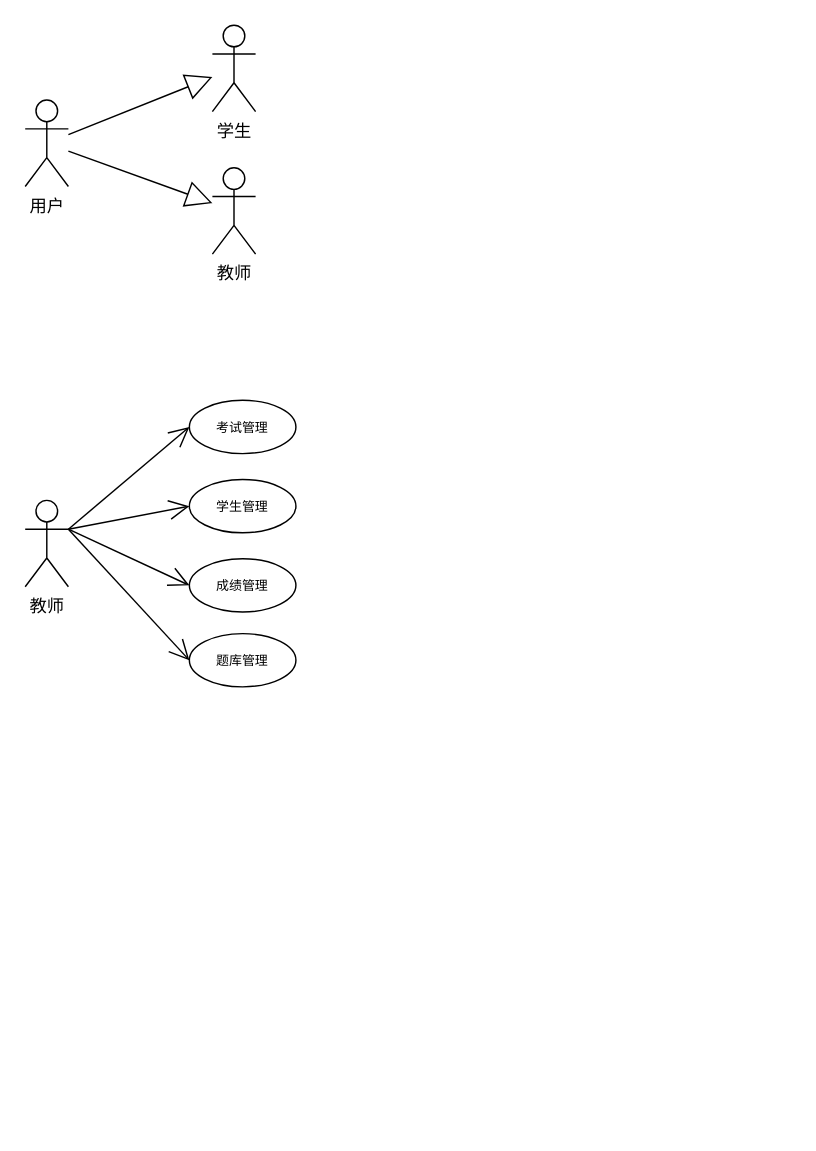
This is 软工用例图.drawio from Wishlove09/drawio, a draw.io file, before an edit. Source tidied: cells renumbered, new cells numbered last; positions are measured from the earlier drawing's top-left corner, leaving out a move shared by most shapes. Both pictures are drawn from the tidied source at 144%, with x=0, y=0 at pixel (24, 24).
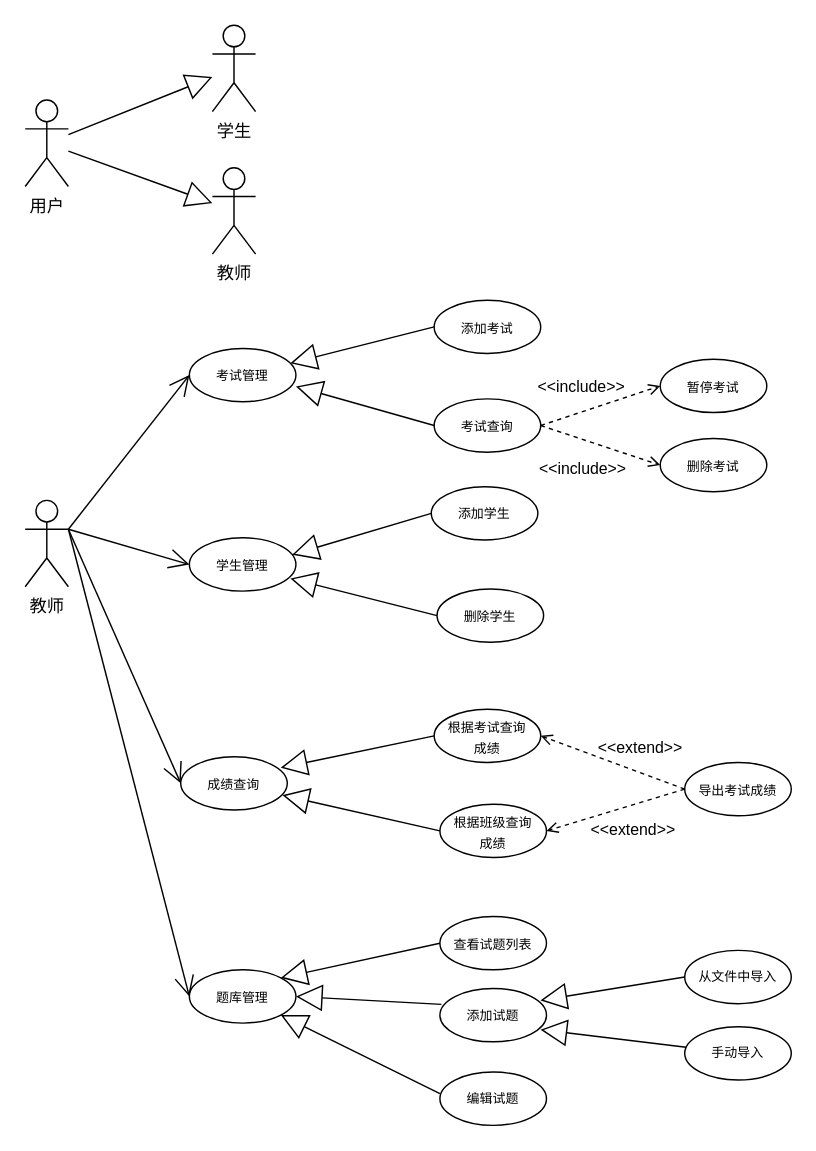
After the change.

Commit message (it also covers changes not shown here):
更新软工用例图.drawio

Change to the diagram source:
```diff
@@
     <mxCell id="8" value="&lt;font style=&quot;font-size: 9px;&quot;&gt;考试管理&lt;/font&gt;" style="ellipse;whiteSpace=wrap;html=1;" parent="1" vertex="1">
-      <mxGeometry x="114" y="260.5" width="74" height="37" as="geometry" />
+      <mxGeometry x="114" y="224.5" width="74" height="37" as="geometry" />
     </mxCell>
@@
     <mxCell id="10" value="&lt;font style=&quot;font-size: 9px;&quot;&gt;学生管理&lt;/font&gt;" style="ellipse;whiteSpace=wrap;html=1;" parent="1" vertex="1">
-      <mxGeometry x="114" y="315.5" width="74" height="37" as="geometry" />
+      <mxGeometry x="114" y="356" width="74" height="37" as="geometry" />
     </mxCell>
-    <mxCell id="11" value="&lt;font style=&quot;font-size: 9px;&quot;&gt;成绩管理&lt;/font&gt;" style="ellipse;whiteSpace=wrap;html=1;" parent="1" vertex="1">
-      <mxGeometry x="114" y="370.5" width="74" height="37" as="geometry" />
+    <mxCell id="11" value="&lt;font style=&quot;font-size: 9px;&quot;&gt;成绩查询&lt;/font&gt;" style="ellipse;whiteSpace=wrap;html=1;" parent="1" vertex="1">
+      <mxGeometry x="108" y="508" width="74" height="37" as="geometry" />
     </mxCell>
     <mxCell id="12" value="&lt;font style=&quot;font-size: 9px;&quot;&gt;题库管理&lt;/font&gt;" style="ellipse;whiteSpace=wrap;html=1;" parent="1" vertex="1">
-      <mxGeometry x="114" y="422.5" width="74" height="37" as="geometry" />
+      <mxGeometry x="114" y="656" width="74" height="37" as="geometry" />
     </mxCell>
@@
+    <mxCell id="16" value="&lt;font style=&quot;font-size: 9px;&quot;&gt;添加考试&lt;/font&gt;" style="ellipse;whiteSpace=wrap;html=1;" parent="1" vertex="1">
+      <mxGeometry x="284" y="191" width="74" height="37" as="geometry" />
+    </mxCell>
+    <mxCell id="17" value="&lt;font style=&quot;font-size: 9px;&quot;&gt;考试查询&lt;/font&gt;" style="ellipse;whiteSpace=wrap;html=1;" parent="1" vertex="1">
+      <mxGeometry x="284" y="259.5" width="74" height="37" as="geometry" />
+    </mxCell>
+    <mxCell id="18" value="&lt;font style=&quot;font-size: 9px;&quot;&gt;删除考试&lt;/font&gt;" style="ellipse;whiteSpace=wrap;html=1;" parent="1" vertex="1">
+      <mxGeometry x="441" y="287" width="74" height="37" as="geometry" />
+    </mxCell>
+    <mxCell id="19" value="&lt;font style=&quot;font-size: 9px;&quot;&gt;暂停考试&lt;/font&gt;" style="ellipse;whiteSpace=wrap;html=1;" parent="1" vertex="1">
+      <mxGeometry x="441" y="232" width="74" height="37" as="geometry" />
+    </mxCell>
+    <mxCell id="20" value="&amp;lt;&amp;lt;include&amp;gt;&amp;gt;" style="html=1;verticalAlign=bottom;labelBackgroundColor=none;endArrow=open;endFill=0;dashed=1;rounded=0;exitX=1;exitY=0.5;exitDx=0;exitDy=0;entryX=0;entryY=0.5;entryDx=0;entryDy=0;" parent="1" edge="1" source="17" target="19">
+      <mxGeometry x="-0.26" y="7" relative="1" as="geometry">
+        <mxPoint y="-1" as="offset" />
+      </mxGeometry>
+    </mxCell>
+    <mxCell id="21" value="&amp;lt;&amp;lt;include&amp;gt;&amp;gt;" style="html=1;verticalAlign=bottom;labelBackgroundColor=none;endArrow=open;endFill=0;dashed=1;rounded=0;exitX=1;exitY=0.5;exitDx=0;exitDy=0;entryX=0;entryY=0.5;entryDx=0;entryDy=0;" parent="1" edge="1" source="17" target="18">
+      <mxGeometry x="-0.08" y="-28" relative="1" as="geometry" />
+    </mxCell>
+    <mxCell id="22" value="&lt;font style=&quot;font-size: 9px;&quot;&gt;添加学生&lt;/font&gt;" style="ellipse;whiteSpace=wrap;html=1;" parent="1" vertex="1">
+      <mxGeometry x="282" y="320.5" width="74" height="37" as="geometry" />
+    </mxCell>
+    <mxCell id="23" value="&lt;font style=&quot;font-size: 9px;&quot;&gt;删除学生&lt;/font&gt;" style="ellipse;whiteSpace=wrap;html=1;" parent="1" vertex="1">
+      <mxGeometry x="286" y="391.5" width="74" height="37" as="geometry" />
+    </mxCell>
+    <mxCell id="24" value="&lt;font style=&quot;font-size: 9px;&quot;&gt;根据考试查询&lt;br&gt;成绩&lt;/font&gt;" style="ellipse;whiteSpace=wrap;html=1;" parent="1" vertex="1">
+      <mxGeometry x="284" y="475" width="74" height="37" as="geometry" />
+    </mxCell>
+    <mxCell id="25" value="&lt;font style=&quot;font-size: 9px;&quot;&gt;根据班级查询&lt;br&gt;成绩&lt;/font&gt;" style="ellipse;whiteSpace=wrap;html=1;" parent="1" vertex="1">
+      <mxGeometry x="288" y="541" width="74" height="37" as="geometry" />
+    </mxCell>
+    <mxCell id="26" value="&lt;font style=&quot;font-size: 9px;&quot;&gt;导出考试成绩&lt;/font&gt;" style="ellipse;whiteSpace=wrap;html=1;" parent="1" vertex="1">
+      <mxGeometry x="458" y="512" width="74" height="37" as="geometry" />
+    </mxCell>
+    <mxCell id="27" value="&amp;lt;&amp;lt;extend&amp;gt;&amp;gt;" style="html=1;verticalAlign=bottom;labelBackgroundColor=none;endArrow=open;endFill=0;dashed=1;rounded=0;exitX=0;exitY=0.5;exitDx=0;exitDy=0;entryX=1;entryY=0.5;entryDx=0;entryDy=0;" parent="1" edge="1" source="26" target="24">
+      <mxGeometry x="-0.33" y="-7" relative="1" as="geometry" />
+    </mxCell>
+    <mxCell id="28" value="&amp;lt;&amp;lt;extend&amp;gt;&amp;gt;" style="html=1;verticalAlign=bottom;labelBackgroundColor=none;endArrow=open;endFill=0;dashed=1;rounded=0;exitX=0;exitY=0.5;exitDx=0;exitDy=0;entryX=1;entryY=0.5;entryDx=0;entryDy=0;" parent="1" edge="1" source="26" target="25">
+      <mxGeometry x="-0.1" y="26" relative="1" as="geometry" />
+    </mxCell>
+    <mxCell id="29" style="edgeStyle=orthogonalEdgeStyle;rounded=0;orthogonalLoop=1;jettySize=auto;html=1;exitX=0.5;exitY=1;exitDx=0;exitDy=0;" parent="1" edge="1" source="26" target="26">
+      <mxGeometry relative="1" as="geometry" />
+    </mxCell>
+    <mxCell id="30" value="&lt;font style=&quot;font-size: 9px;&quot;&gt;查看试题列表&lt;/font&gt;" style="ellipse;whiteSpace=wrap;html=1;" parent="1" vertex="1">
+      <mxGeometry x="288" y="619" width="74" height="37" as="geometry" />
+    </mxCell>
+    <mxCell id="31" value="&lt;font style=&quot;font-size: 9px;&quot;&gt;添加试题&lt;/font&gt;" style="ellipse;whiteSpace=wrap;html=1;fontSize=9;" parent="1" vertex="1">
+      <mxGeometry x="288" y="669" width="74" height="37" as="geometry" />
+    </mxCell>
+    <mxCell id="32" style="endArrow=block;endSize=16;endFill=0;html=1;rounded=0;exitX=0;exitY=0.5;exitDx=0;exitDy=0;entryX=0.948;entryY=0.763;entryDx=0;entryDy=0;entryPerimeter=0;" parent="1" edge="1" source="23" target="10">
+      <mxGeometry relative="1" as="geometry" />
+    </mxCell>
+    <mxCell id="33" style="endArrow=block;endSize=16;endFill=0;html=1;rounded=0;exitX=0;exitY=0.5;exitDx=0;exitDy=0;entryX=0.965;entryY=0.317;entryDx=0;entryDy=0;entryPerimeter=0;" parent="1" edge="1" source="22" target="10">
+      <mxGeometry relative="1" as="geometry" />
+    </mxCell>
+    <mxCell id="34" style="endArrow=block;endSize=16;endFill=0;html=1;rounded=0;exitX=0;exitY=0.5;exitDx=0;exitDy=0;" parent="1" edge="1" source="16" target="8">
+      <mxGeometry relative="1" as="geometry" />
+    </mxCell>
+    <mxCell id="35" style="endArrow=block;endSize=16;endFill=0;html=1;rounded=0;exitX=0;exitY=0.5;exitDx=0;exitDy=0;entryX=1;entryY=0.713;entryDx=0;entryDy=0;entryPerimeter=0;" parent="1" edge="1" source="17" target="8">
+      <mxGeometry relative="1" as="geometry" />
+    </mxCell>
+    <mxCell id="36" style="endArrow=block;endSize=16;endFill=0;html=1;rounded=0;exitX=0;exitY=0.5;exitDx=0;exitDy=0;entryX=0.939;entryY=0.207;entryDx=0;entryDy=0;entryPerimeter=0;" parent="1" edge="1" source="24" target="11">
+      <mxGeometry relative="1" as="geometry" />
+    </mxCell>
+    <mxCell id="37" style="endArrow=block;endSize=16;endFill=0;html=1;rounded=0;exitX=0;exitY=0.5;exitDx=0;exitDy=0;entryX=0.956;entryY=0.722;entryDx=0;entryDy=0;entryPerimeter=0;" parent="1" edge="1" source="25" target="11">
+      <mxGeometry relative="1" as="geometry" />
+    </mxCell>
+    <mxCell id="38" style="endArrow=block;endSize=16;endFill=0;html=1;rounded=0;exitX=0;exitY=0.5;exitDx=0;exitDy=0;entryX=1;entryY=0;entryDx=0;entryDy=0;" parent="1" edge="1" source="30" target="12">
+      <mxGeometry relative="1" as="geometry" />
+    </mxCell>
+    <mxCell id="39" style="endArrow=block;endSize=16;endFill=0;html=1;rounded=0;exitX=0.014;exitY=0.297;exitDx=0;exitDy=0;entryX=1;entryY=0.5;entryDx=0;entryDy=0;exitPerimeter=0;" parent="1" edge="1" source="31" target="12">
+      <mxGeometry relative="1" as="geometry" />
+    </mxCell>
+    <mxCell id="40" value="编辑试题" style="ellipse;whiteSpace=wrap;html=1;fontSize=9;" parent="1" vertex="1">
+      <mxGeometry x="288" y="727" width="74" height="37" as="geometry" />
+    </mxCell>
+    <mxCell id="41" style="endArrow=block;endSize=16;endFill=0;html=1;rounded=0;exitX=0;exitY=0.405;exitDx=0;exitDy=0;entryX=1;entryY=1;entryDx=0;entryDy=0;exitPerimeter=0;" parent="1" edge="1" source="40" target="12">
+      <mxGeometry relative="1" as="geometry" />
+    </mxCell>
+    <mxCell id="42" style="rounded=0;jettySize=auto;html=1;entryX=0.944;entryY=0.223;entryDx=0;entryDy=0;strokeColor=default;endArrow=block;endSize=16;endFill=0;exitX=0;exitY=0.5;exitDx=0;exitDy=0;entryPerimeter=0;" parent="1" edge="1" source="43" target="31">
+      <mxGeometry relative="1" as="geometry" />
+    </mxCell>
+    <mxCell id="43" value="&lt;font style=&quot;font-size: 9px;&quot;&gt;从文件中导入&lt;br&gt;&lt;/font&gt;" style="ellipse;whiteSpace=wrap;html=1;fontSize=9;" parent="1" vertex="1">
+      <mxGeometry x="458" y="642.5" width="74" height="37" as="geometry" />
+    </mxCell>
+    <mxCell id="44" style="rounded=0;jettySize=auto;html=1;entryX=0.944;entryY=0.772;entryDx=0;entryDy=0;endArrow=block;endSize=16;endFill=0;entryPerimeter=0;" parent="1" edge="1" source="45" target="31">
+      <mxGeometry relative="1" as="geometry" />
+    </mxCell>
+    <mxCell id="45" value="&lt;font style=&quot;font-size: 9px;&quot;&gt;手动导入&lt;br&gt;&lt;/font&gt;" style="ellipse;whiteSpace=wrap;html=1;fontSize=9;" parent="1" vertex="1">
+      <mxGeometry x="458" y="695.5" width="74" height="37" as="geometry" />
+    </mxCell>
```
